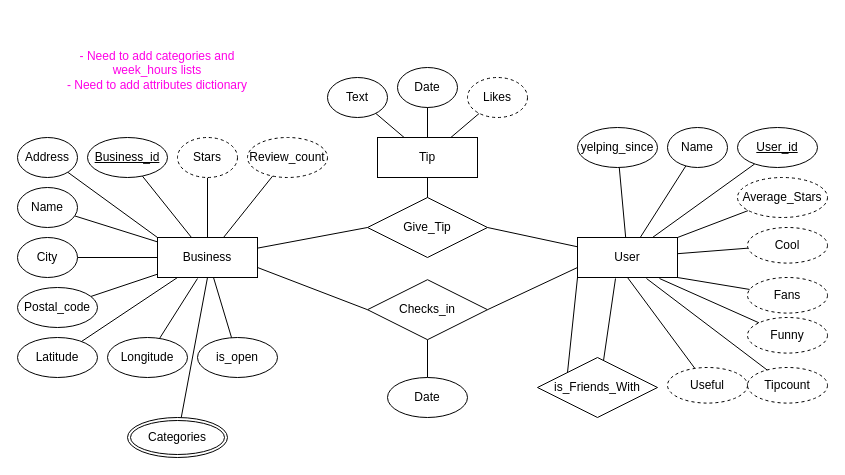
The draw.io diagram project1_milestone.drawio in joepatten/CPTS_451_Project_Milestone1, before the edit. Source tidied: cells renumbered, new cells numbered last; positions are measured from the earlier drawing's top-left corner, leaving out a move shared by most shapes. Both pictures are drawn from the tidied source at 100%, with x=0, y=0 at pixel (17, 17).
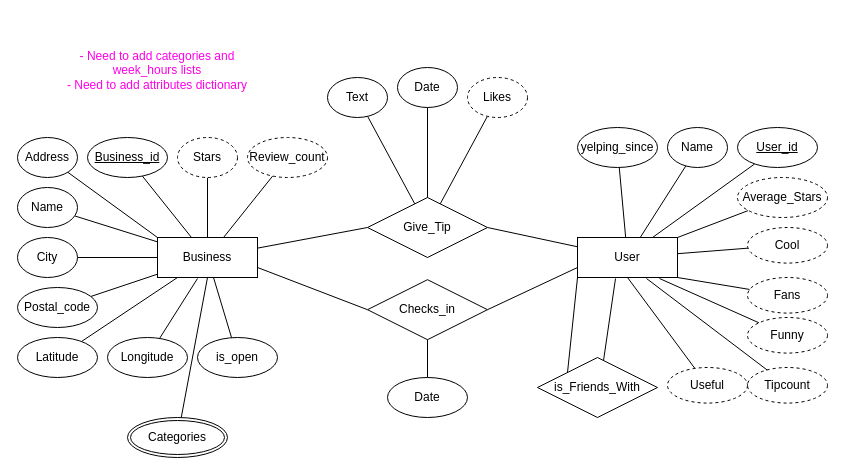
The same page after the edit.

Commit message:
corrected relation

The change refers to these unchanged cells:
```xml
<mxCell id="47" value="Give_Tip" style="shape=rhombus;perimeter=rhombusPerimeter;whiteSpace=wrap;html=1;align=center;" parent="1" vertex="1">
  <mxGeometry x="350" y="180" width="120" height="60" as="geometry" />
</mxCell>
<mxCell id="49" value="Date" style="ellipse;whiteSpace=wrap;html=1;align=center;" parent="1" vertex="1">
  <mxGeometry x="380" y="50" width="60" height="40" as="geometry" />
</mxCell>
<mxCell id="56" value="Likes" style="ellipse;whiteSpace=wrap;html=1;align=center;dashed=1;" parent="1" vertex="1">
  <mxGeometry x="450" y="60" width="60" height="40" as="geometry" />
</mxCell>
<mxCell id="58" value="Text" style="ellipse;whiteSpace=wrap;html=1;align=center;" parent="1" vertex="1">
  <mxGeometry x="310" y="60" width="60" height="40" as="geometry" />
</mxCell>
```

The edit, as a diff of the source:
```diff
@@
-    <mxCell id="48" style="edgeStyle=none;rounded=0;jettySize=auto;html=1;entryX=0.5;entryY=0;entryDx=0;entryDy=0;endArrow=none;endFill=0;" parent="1" edge="1" source="62" target="47">
-      <mxGeometry relative="1" as="geometry" />
-    </mxCell>
@@
-    <mxCell id="55" style="edgeStyle=none;rounded=0;jettySize=auto;html=1;endArrow=none;endFill=0;" parent="1" edge="1" source="56" target="62">
+    <mxCell id="55" style="edgeStyle=none;rounded=0;jettySize=auto;html=1;endArrow=none;endFill=0;" parent="1" edge="1" source="56" target="47">
       <mxGeometry relative="1" as="geometry" />
     </mxCell>
@@
-    <mxCell id="57" style="edgeStyle=none;rounded=0;jettySize=auto;html=1;endArrow=none;endFill=0;" parent="1" edge="1" source="58" target="62">
+    <mxCell id="57" style="edgeStyle=none;rounded=0;jettySize=auto;html=1;endArrow=none;endFill=0;" parent="1" edge="1" source="58" target="47">
       <mxGeometry relative="1" as="geometry" />
     </mxCell>
@@
-    <mxCell id="62" value="Tip" style="whiteSpace=wrap;html=1;align=center;" parent="1" vertex="1">
-      <mxGeometry x="360" y="120" width="100" height="40" as="geometry" />
-    </mxCell>
-    <mxCell id="63" style="edgeStyle=none;rounded=0;jettySize=auto;html=1;entryX=0.5;entryY=0;entryDx=0;entryDy=0;endArrow=none;endFill=0;" parent="1" edge="1" source="49" target="62">
+    <mxCell id="63" style="edgeStyle=none;rounded=0;jettySize=auto;html=1;endArrow=none;endFill=0;" parent="1" edge="1" source="49" target="47">
       <mxGeometry relative="1" as="geometry" />
     </mxCell>
```
